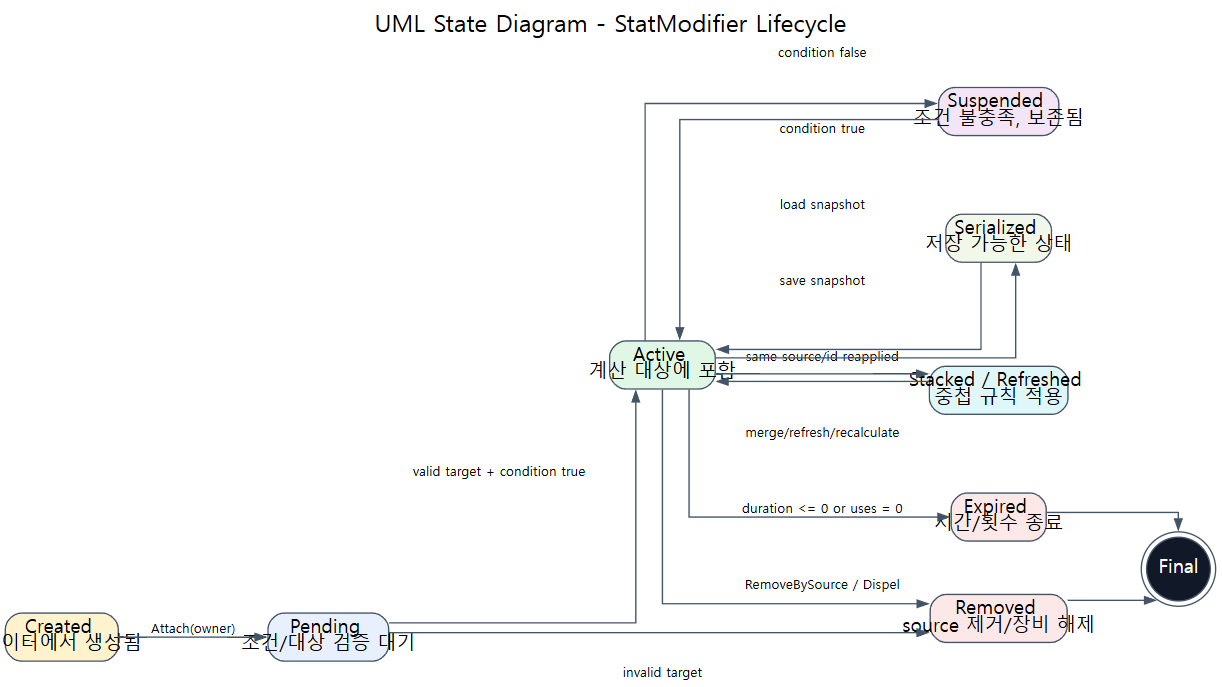
Above: assets/diagrams/05_modifier_lifecycle_state_diagram.png in JY-LemongO/game-system-framework-knowledge-site (Graphviz), before the change. Its source is kept beside it as source/diagrams/05_modifier_lifecycle_state_diagram.dot.
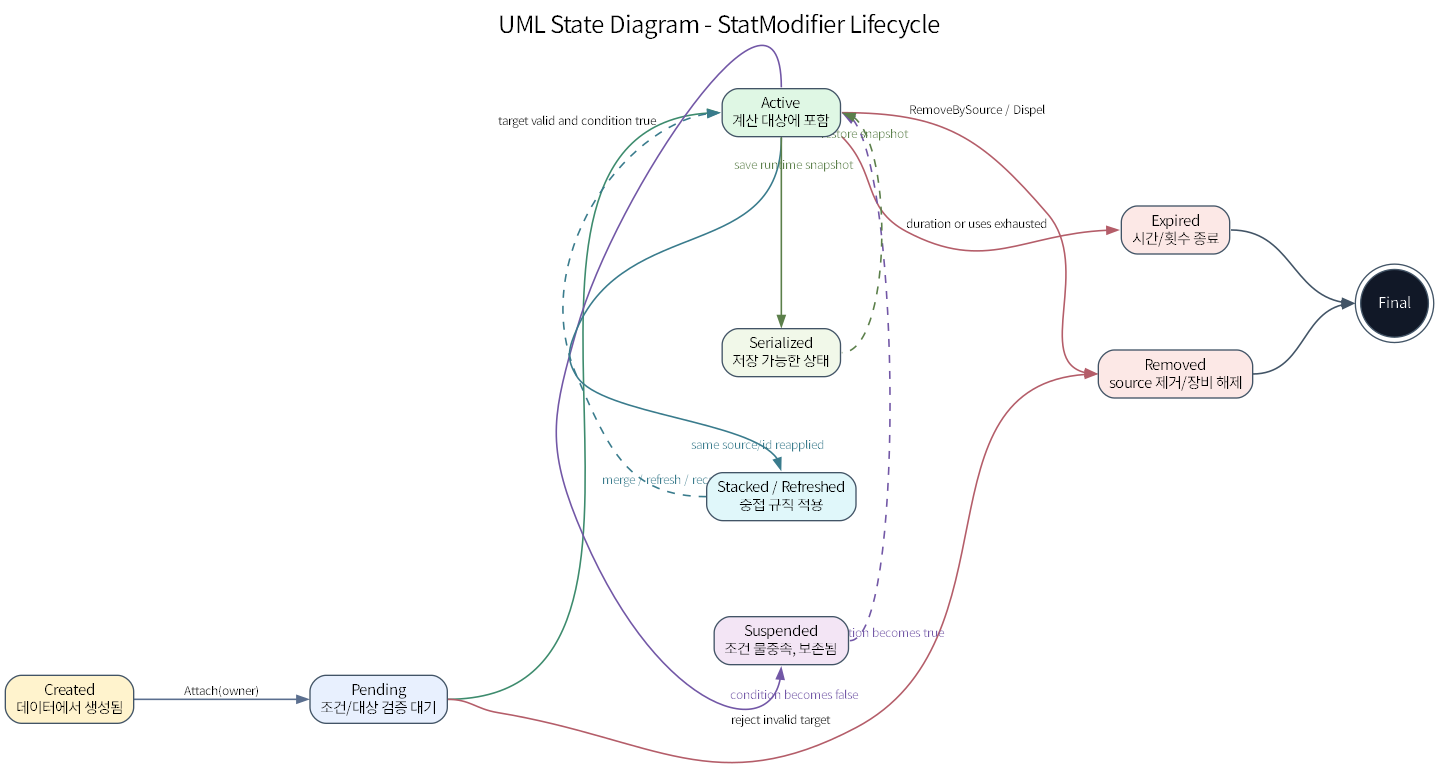
The same diagram one commit later.

Diff of the diagram source:
```diff
@@ -1,7 +1,7 @@
 digraph ModifierStateDiagram {
-	graph [bgcolor=white fontname="Noto Sans CJK KR" fontsize=18 label="UML State Diagram - StatModifier Lifecycle" labelloc=t nodesep=0.55 rankdir=LR ranksep=0.75 splines=ortho]
-	node [color="#425466" fontname="Noto Sans CJK KR" fontsize=11 shape=box style="rounded,filled"]
-	edge [arrowsize=0.8 color="#425466" fontname="Noto Sans CJK KR" fontsize=10]
+	graph [bgcolor=white fontname="Noto Sans KR" fontsize=18 label="UML State Diagram - StatModifier Lifecycle" labelloc=t newrank=true nodesep=1.0 outputorder=edgesfirst rankdir=LR ranksep=1.05 splines=spline]
+	node [color="#425466" fontname="Noto Sans KR" fontsize=11 shape=box style="rounded,filled"]
+	edge [arrowsize=0.8 color="#425466" fontname="Noto Sans KR" fontsize=9 penwidth=1.2]
 	created [label="Created
 데이터에서 생성됨" fillcolor="#FFF3CD"]
 	pending [label="Pending
@@ -19,17 +19,19 @@
 	serialized [label="Serialized
 저장 가능한 상태" fillcolor="#F1F8E9"]
 	final [label=Final fillcolor="#111827" fontcolor=white shape=doublecircle]
-	created -> pending [label="Attach(owner)"]
-	pending -> active [label="valid target + condition true"]
-	pending -> removed [label="invalid target"]
-	active -> suspended [label="condition false"]
-	suspended -> active [label="condition true"]
-	active -> stacked [label="same source/id reapplied"]
-	stacked -> active [label="merge/refresh/recalculate"]
-	active -> expired [label="duration <= 0 or uses = 0"]
-	active -> removed [label="RemoveBySource / Dispel"]
-	active -> serialized [label="save snapshot"]
-	serialized -> active [label="load snapshot"]
-	expired -> final
-	removed -> final
+	{ rank=same; suspended; active; stacked; serialized }
+	{ rank=same; expired; removed }
+	created:e -> pending:w [label="Attach(owner)" color="#5B6F8F"]
+	pending:e -> active:w [label="target valid and condition true" color="#3D8B6D"]
+	pending:e -> removed:w [label="reject invalid target" color="#B45D69"]
+	active:n -> suspended:s [headlabel="condition becomes false" labelangle=28 labeldistance=2.4 color="#7257A6" fontcolor="#7257A6"]
+	suspended:e -> active:e [taillabel="condition becomes true" labelangle=-28 labeldistance=2.4 color="#7257A6" fontcolor="#7257A6" constraint=false style=dashed]
+	active:s -> stacked:n [headlabel="same source/id reapplied" labelangle=24 labeldistance=2.6 color="#397B8C" fontcolor="#397B8C"]
+	stacked:w -> active:w [taillabel="merge / refresh / recalculate" labelangle=-24 labeldistance=2.6 color="#397B8C" fontcolor="#397B8C" constraint=false style=dashed]
+	active:se -> expired:w [label="duration or uses exhausted" color="#B45D69"]
+	active:e -> removed:w [label="RemoveBySource / Dispel" color="#B45D69"]
+	active:s -> serialized:n [headlabel="save runtime snapshot" labelangle=24 labeldistance=2.4 color="#5B7F4A" fontcolor="#5B7F4A"]
+	serialized:e -> active:e [taillabel="restore snapshot" labelangle=-24 labeldistance=2.4 color="#5B7F4A" fontcolor="#5B7F4A" constraint=false style=dashed]
+	expired:e -> final:w [color="#425466"]
+	removed:e -> final:w [color="#425466"]
 }
```
